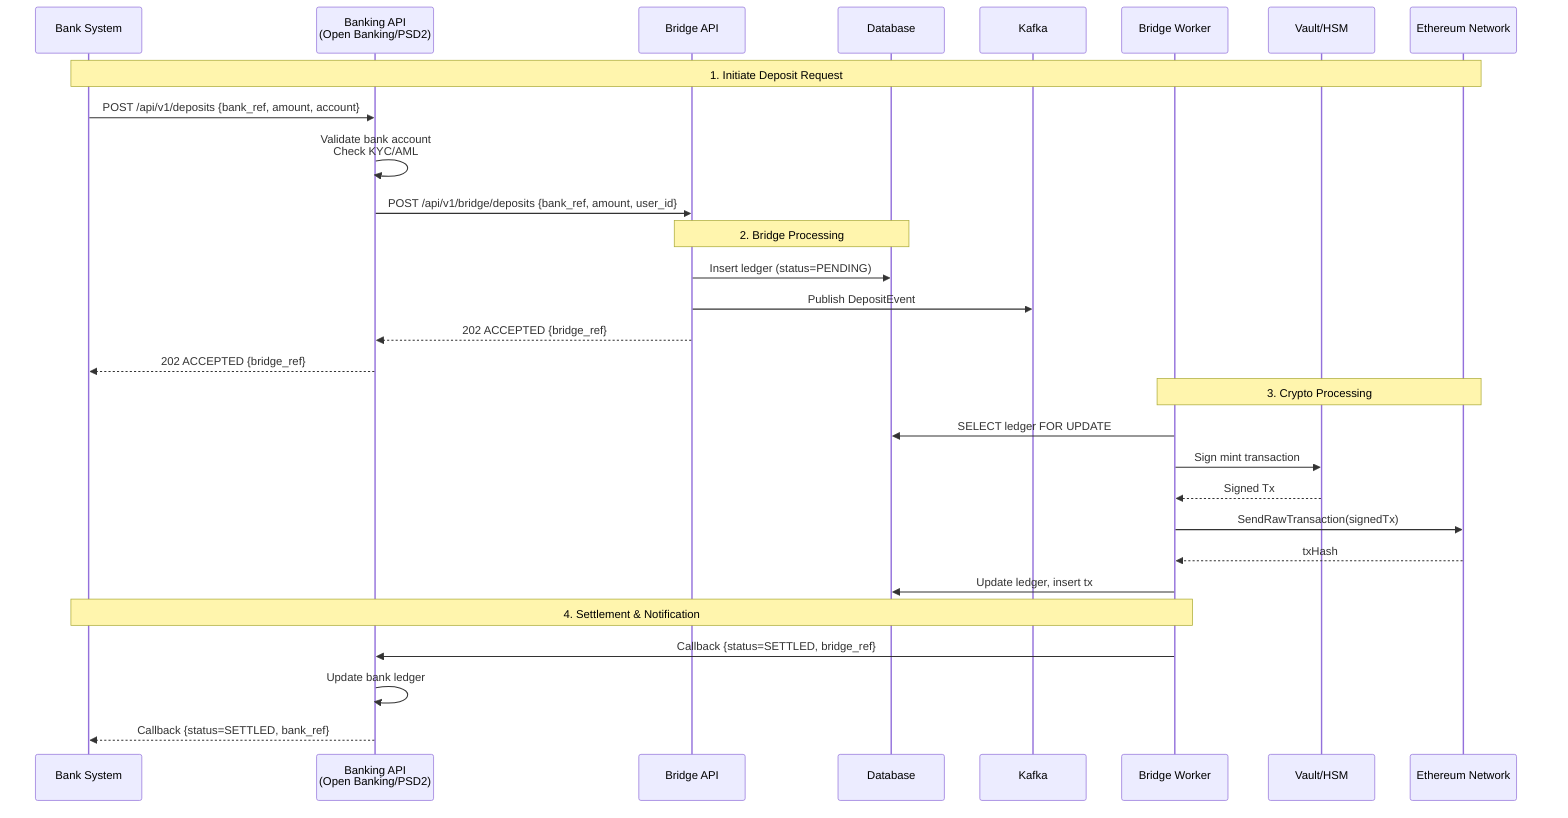
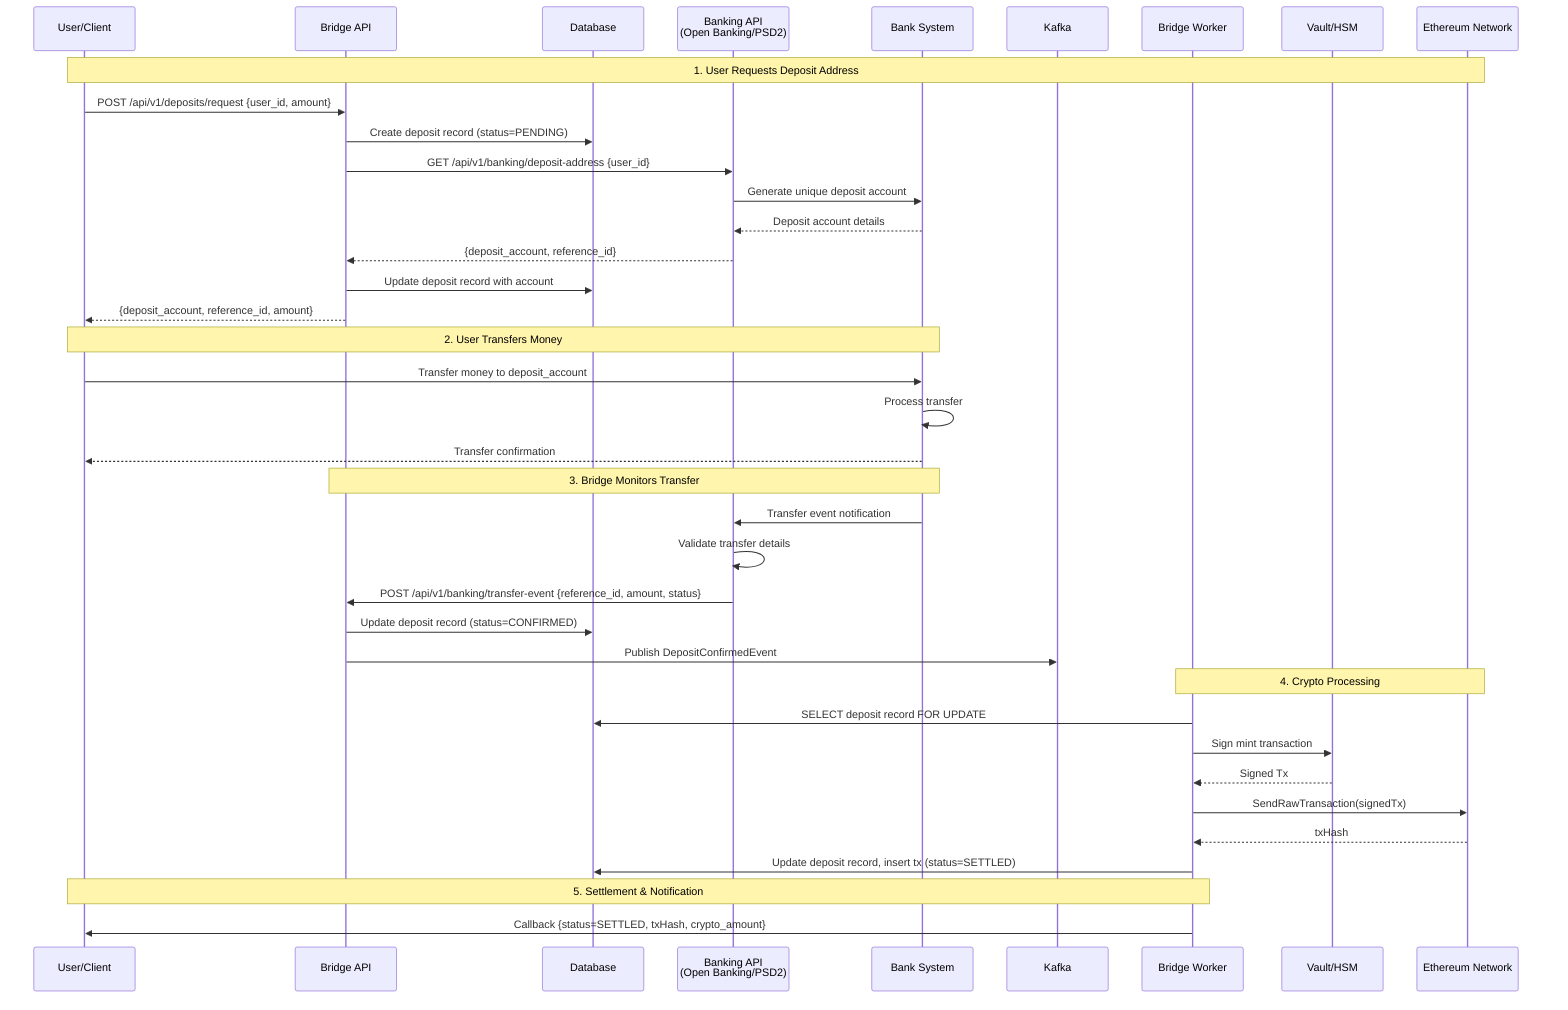
- %% Deposit Flow: Bank -> Bridge -> Core Chain
+ %% Deposit Flow: User -> Bridge -> Bank -> Crypto
sequenceDiagram
-     participant Bank as Bank System
-     participant BankAPI as Banking API<br/>(Open Banking/PSD2)
+     participant User as User/Client
    participant BridgeAPI as Bridge API
    participant DB as Database
+     participant BankAPI as Banking API<br/>(Open Banking/PSD2)
+     participant Bank as Bank System
    participant Kafka as Kafka
    participant Worker as Bridge Worker
    participant Vault as Vault/HSM
    participant Ethereum as Ethereum Network

-     Note over Bank, Ethereum: 1. Initiate Deposit Request
-     Bank->>BankAPI: POST /api/v1/deposits {bank_ref, amount, account}
-     BankAPI->>BankAPI: Validate bank account<br/>Check KYC/AML
-     BankAPI->>BridgeAPI: POST /api/v1/bridge/deposits {bank_ref, amount, user_id}
+     Note over User, Ethereum: 1. User Requests Deposit Address
+     User->>BridgeAPI: POST /api/v1/deposits/request {user_id, amount}
+     BridgeAPI->>DB: Create deposit record (status=PENDING)
+     BridgeAPI->>BankAPI: GET /api/v1/banking/deposit-address {user_id}
+     BankAPI->>Bank: Generate unique deposit account
+     Bank-->>BankAPI: Deposit account details
+     BankAPI-->>BridgeAPI: {deposit_account, reference_id}
+     BridgeAPI->>DB: Update deposit record with account
+     BridgeAPI-->>User: {deposit_account, reference_id, amount}

-     Note over BridgeAPI, DB: 2. Bridge Processing
-     BridgeAPI->>DB: Insert ledger (status=PENDING)
-     BridgeAPI->>Kafka: Publish DepositEvent
-     BridgeAPI-->>BankAPI: 202 ACCEPTED {bridge_ref}
-     BankAPI-->>Bank: 202 ACCEPTED {bridge_ref}
+     Note over User, Bank: 2. User Transfers Money
+     User->>Bank: Transfer money to deposit_account
+     Bank->>Bank: Process transfer
+     Bank-->>User: Transfer confirmation

-     Note over Worker, Ethereum: 3. Crypto Processing
-     Worker->>DB: SELECT ledger FOR UPDATE
+     Note over Bank, BridgeAPI: 3. Bridge Monitors Transfer
+     Bank->>BankAPI: Transfer event notification
+     BankAPI->>BankAPI: Validate transfer details
+     BankAPI->>BridgeAPI: POST /api/v1/banking/transfer-event {reference_id, amount, status}
+     BridgeAPI->>DB: Update deposit record (status=CONFIRMED)
+     BridgeAPI->>Kafka: Publish DepositConfirmedEvent
+ 
+     Note over Worker, Ethereum: 4. Crypto Processing
+     Worker->>DB: SELECT deposit record FOR UPDATE
    Worker->>Vault: Sign mint transaction
    Vault-->>Worker: Signed Tx
    Worker->>Ethereum: SendRawTransaction(signedTx)
    Ethereum-->>Worker: txHash
-     Worker->>DB: Update ledger, insert tx
+     Worker->>DB: Update deposit record, insert tx (status=SETTLED)

-     Note over Worker, Bank: 4. Settlement & Notification
-     Worker->>BankAPI: Callback {status=SETTLED, bridge_ref}
-     BankAPI->>BankAPI: Update bank ledger
-     BankAPI-->>Bank: Callback {status=SETTLED, bank_ref}
+     Note over Worker, User: 5. Settlement & Notification
+     Worker->>User: Callback {status=SETTLED, txHash, crypto_amount}
